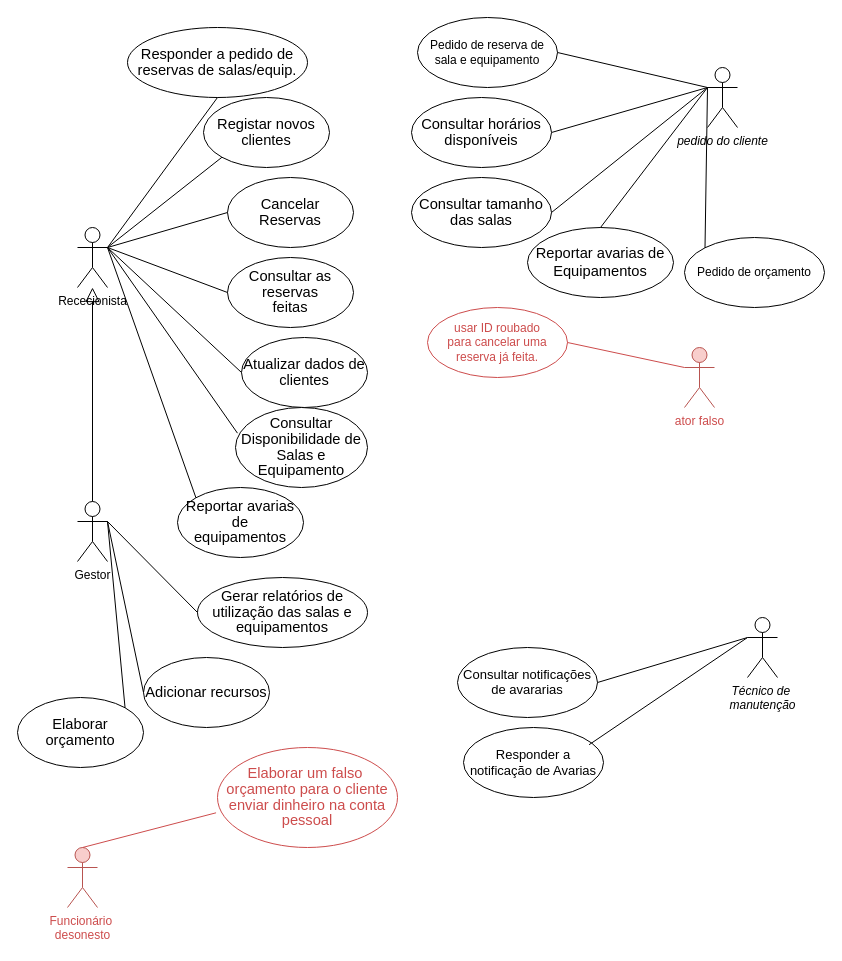
Earlier version of the draw.io diagram page "Com casos indevidos" (2 of 2) of projeto case use.drawio (ic3K1ng/Rooms-Equipments). Source tidied: cells renumbered, new cells numbered last; positions are measured from the earlier drawing's top-left corner, leaving out a move shared by most shapes. Both pictures are drawn from the tidied source at 100%, with x=0, y=0 at pixel (17, 17).
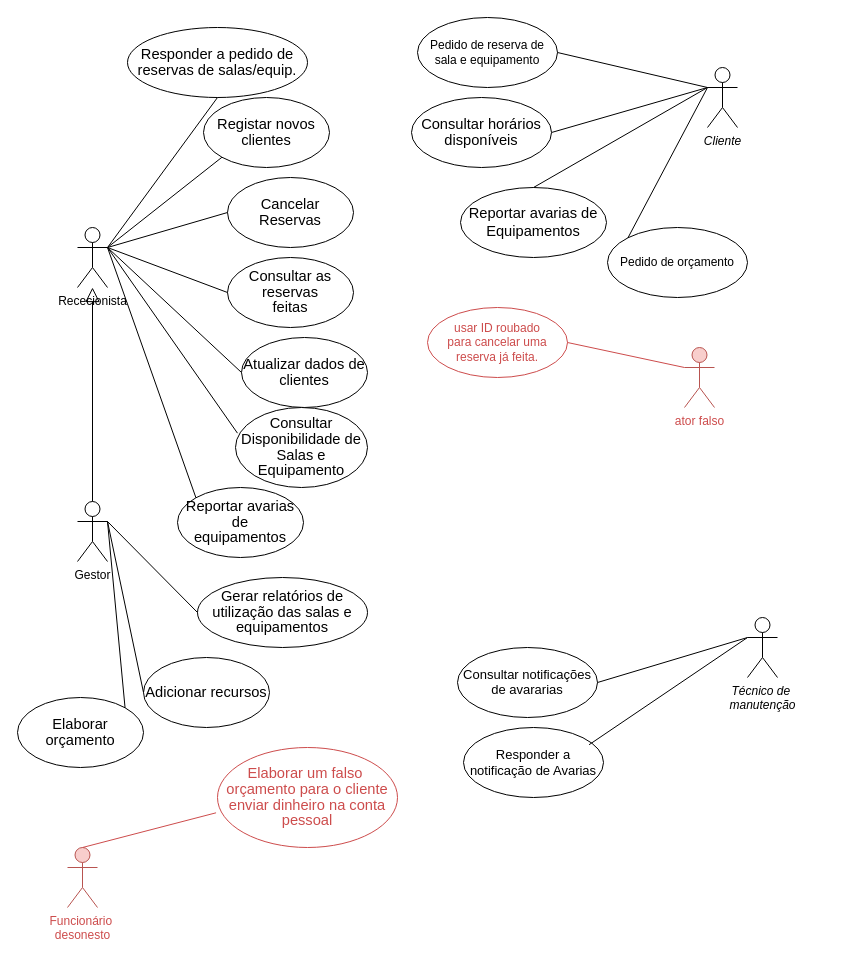
After the change.

Change to the diagram source:
```diff
@@
-    <mxCell id="23" value="&lt;i&gt;pedido do cliente&lt;/i&gt;" style="shape=umlActor;html=1;verticalLabelPosition=bottom;verticalAlign=top;align=center;" parent="1" vertex="1">
+    <mxCell id="23" value="&lt;i&gt;Cliente&lt;/i&gt;" style="shape=umlActor;html=1;verticalLabelPosition=bottom;verticalAlign=top;align=center;" parent="1" vertex="1">
       <mxGeometry x="690" y="50" width="30" height="60" as="geometry" />
     </mxCell>
@@
-    <mxCell id="27" value="&lt;span style=&quot;font-size:11.0pt;line-height:107%;&lt;br/&gt;font-family:&amp;quot;Aptos&amp;quot;,sans-serif;mso-ascii-theme-font:minor-latin;mso-fareast-font-family:&lt;br/&gt;Aptos;mso-fareast-theme-font:minor-latin;mso-hansi-theme-font:minor-latin;&lt;br/&gt;mso-bidi-font-family:Arial;mso-bidi-theme-font:minor-bidi;mso-ansi-language:&lt;br/&gt;PT;mso-fareast-language:EN-US;mso-bidi-language:AR-SA&quot;&gt;Consultar tamanho das salas&lt;/span&gt;" style="ellipse;whiteSpace=wrap;html=1;" parent="1" vertex="1">
-      <mxGeometry x="394" y="160" width="140" height="70" as="geometry" />
-    </mxCell>
-    <mxCell id="28" style="edgeStyle=none;html=1;endArrow=none;verticalAlign=bottom;rounded=0;exitX=1;exitY=0.5;exitDx=0;exitDy=0;entryX=0;entryY=0.3333333333333333;entryDx=0;entryDy=0;entryPerimeter=0;" parent="1" edge="1" source="27" target="23">
-      <mxGeometry relative="1" as="geometry" />
-    </mxCell>
@@
     <mxCell id="33" value="&lt;span style=&quot;font-size: 14.6667px;&quot;&gt;Reportar avarias de Equipamentos&lt;/span&gt;" style="ellipse;whiteSpace=wrap;html=1;" parent="1" vertex="1">
-      <mxGeometry x="510" y="210" width="146" height="70" as="geometry" />
+      <mxGeometry x="443" y="170" width="146" height="70" as="geometry" />
     </mxCell>
@@
     <mxCell id="43" value="Pedido de orçamento" style="ellipse;whiteSpace=wrap;html=1;" parent="1" vertex="1">
-      <mxGeometry x="667" y="220" width="140" height="70" as="geometry" />
+      <mxGeometry x="590" y="210" width="140" height="70" as="geometry" />
     </mxCell>
```
